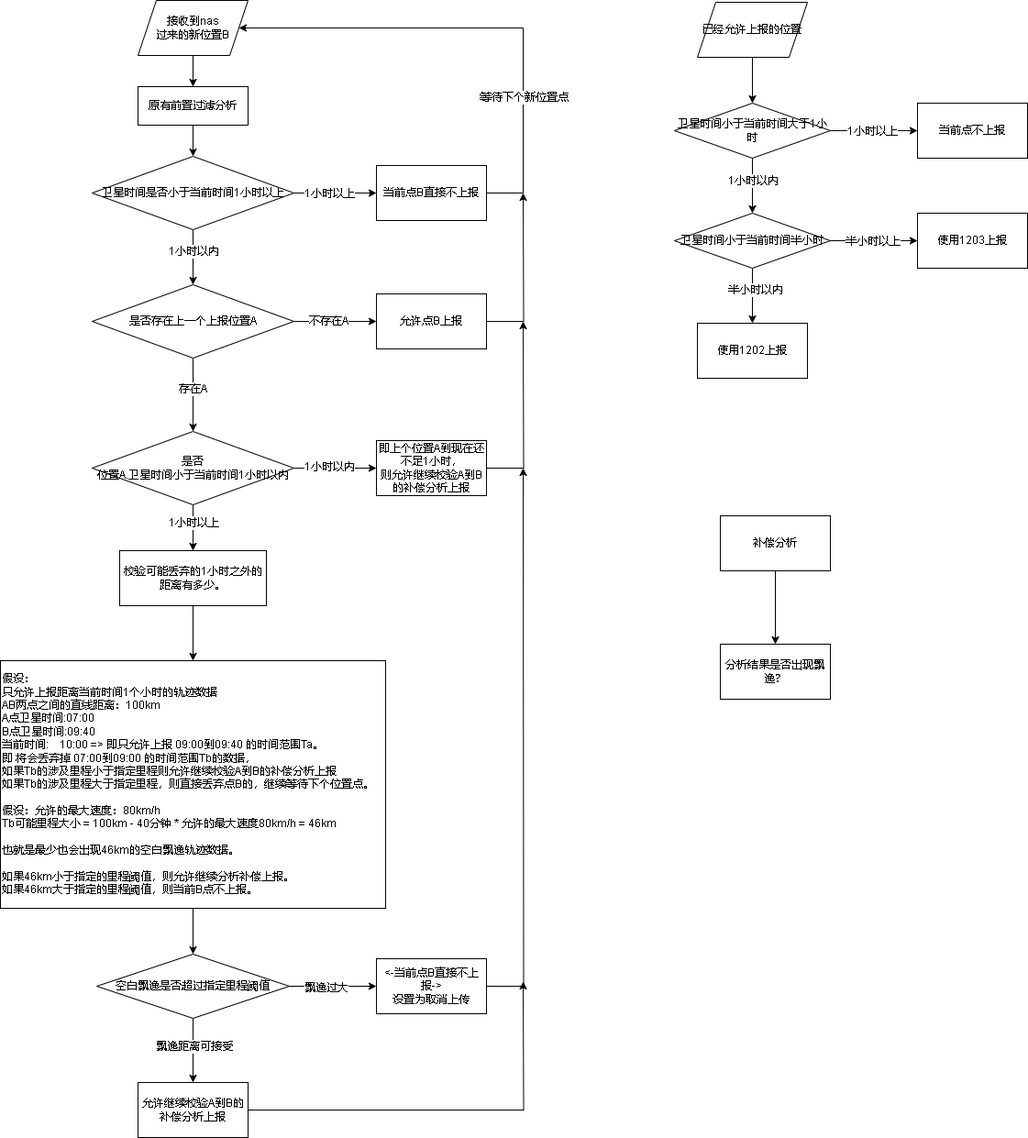
The draw.io diagram 809轨迹时间异常.drawio.png in xktder/draw, before a commit. Source tidied: cells renumbered, new cells last; positions are measured from the earlier drawing's top-left corner, leaving out a move shared by most shapes.
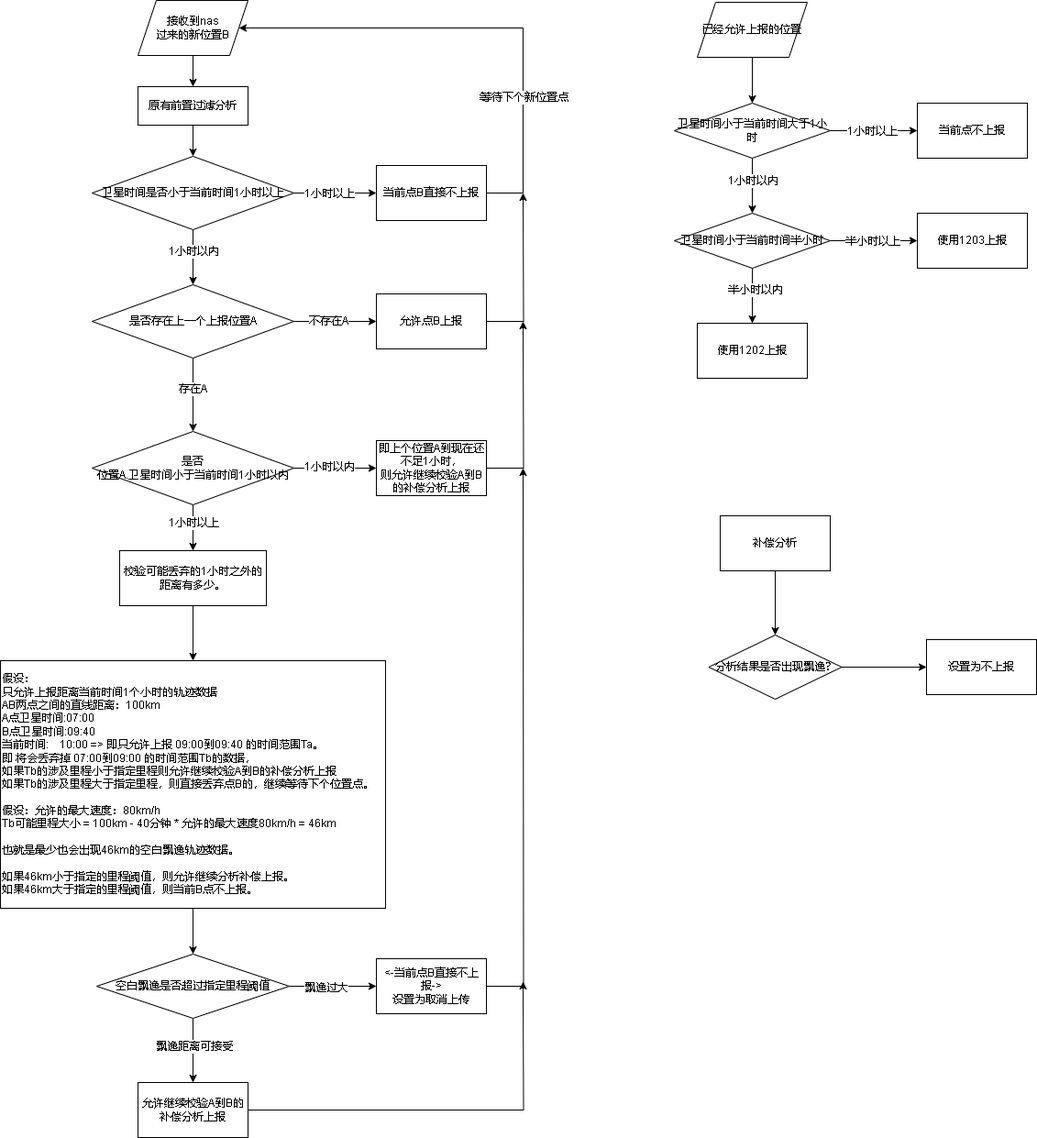
Above is the later version.

Commit message:
更新809轨迹时间异常.drawio.png

The edit, as a diff of the source:
```diff
@@ -187,8 +187,14 @@
     <mxCell id="57" value="补偿分析" style="rounded=0;whiteSpace=wrap;html=1;" parent="1" vertex="1">
       <mxGeometry x="785" y="562" width="120" height="60" as="geometry" />
     </mxCell>
+    <mxCell id="59" style="edgeStyle=orthogonalEdgeStyle;rounded=0;jettySize=auto;html=1;" parent="1" edge="1" source="58" target="60">
+      <mxGeometry relative="1" as="geometry" />
+    </mxCell>
-    <mxCell id="58" value="分析结果是否出现飘逸？" style="rounded=0;whiteSpace=wrap;html=1;" parent="1" vertex="1">
-      <mxGeometry x="785" y="702" width="120" height="60" as="geometry" />
+    <mxCell id="58" value="分析结果是否出现飘逸？" style="rhombus;whiteSpace=wrap;html=1;rounded=0;" parent="1" vertex="1">
+      <mxGeometry x="772.5" y="692" width="145" height="70" as="geometry" />
     </mxCell>
+    <mxCell id="60" value="设置为不上报" style="whiteSpace=wrap;html=1;rounded=0;" parent="1" vertex="1">
+      <mxGeometry x="1010" y="697" width="120" height="60" as="geometry" />
+    </mxCell>
   </root>
 </mxGraphModel>
```
